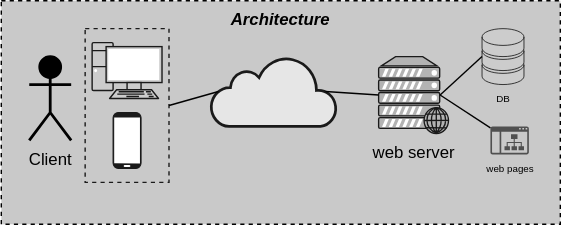
Before: doc/assets/architecture.drawio.svg, a diagram exported from draw.io (omismone/strapizzami). Source tidied: cells renumbered, new cells last; positions are measured from the earlier drawing's top-left corner, leaving out a move shared by most shapes.
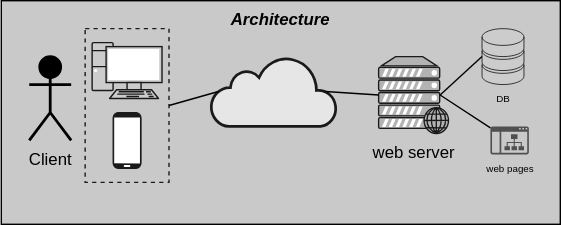
After the commit.

The edit, as a diff of the source:
```diff
@@ -2,7 +2,7 @@
   <root>
     <mxCell id="0" />
     <mxCell id="1" parent="0" />
-    <mxCell id="2" value="Architecture" style="rounded=0;whiteSpace=wrap;html=1;fontColor=#000000;strokeColor=#000000;strokeWidth=1;fillColor=#C9C9C9;dashed=1;verticalAlign=top;fontStyle=3;" parent="1" vertex="1">
+    <mxCell id="2" value="Architecture" style="rounded=0;whiteSpace=wrap;html=1;fontColor=#000000;strokeColor=#000000;strokeWidth=1;fillColor=#C9C9C9;verticalAlign=top;fontStyle=3;" parent="1" vertex="1">
       <mxGeometry width="400" height="160" as="geometry" />
     </mxCell>
     <mxCell id="3" style="rounded=0;whiteSpace=wrap;html=1;strokeColor=#1A1A1A;strokeWidth=1;fillColor=none;dashed=1;" parent="1" vertex="1">
```
